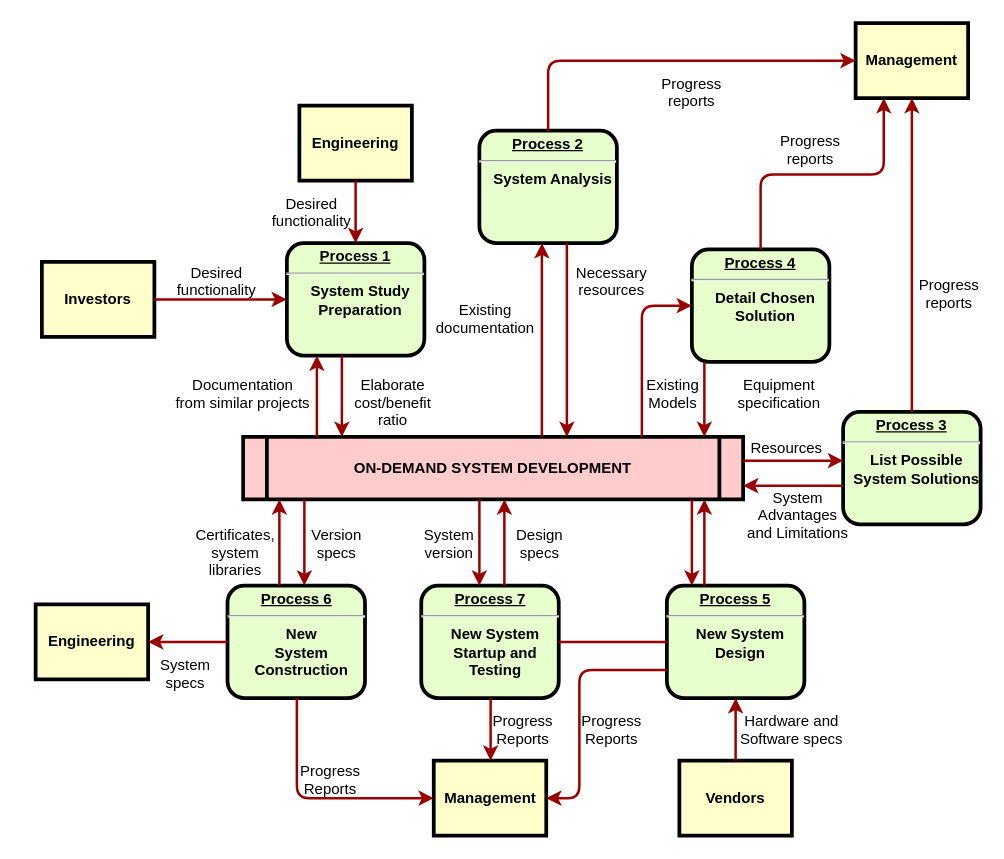
Earlier version of the draw.io diagram Blue Green.drawio (mail2tvskc/abc). Source tidied: cells renumbered, new cells numbered last; positions are measured from the earlier drawing's top-left corner, leaving out a move shared by most shapes. Both pictures are drawn from the tidied source at 125%, with x=0, y=0 at pixel (35, 22).
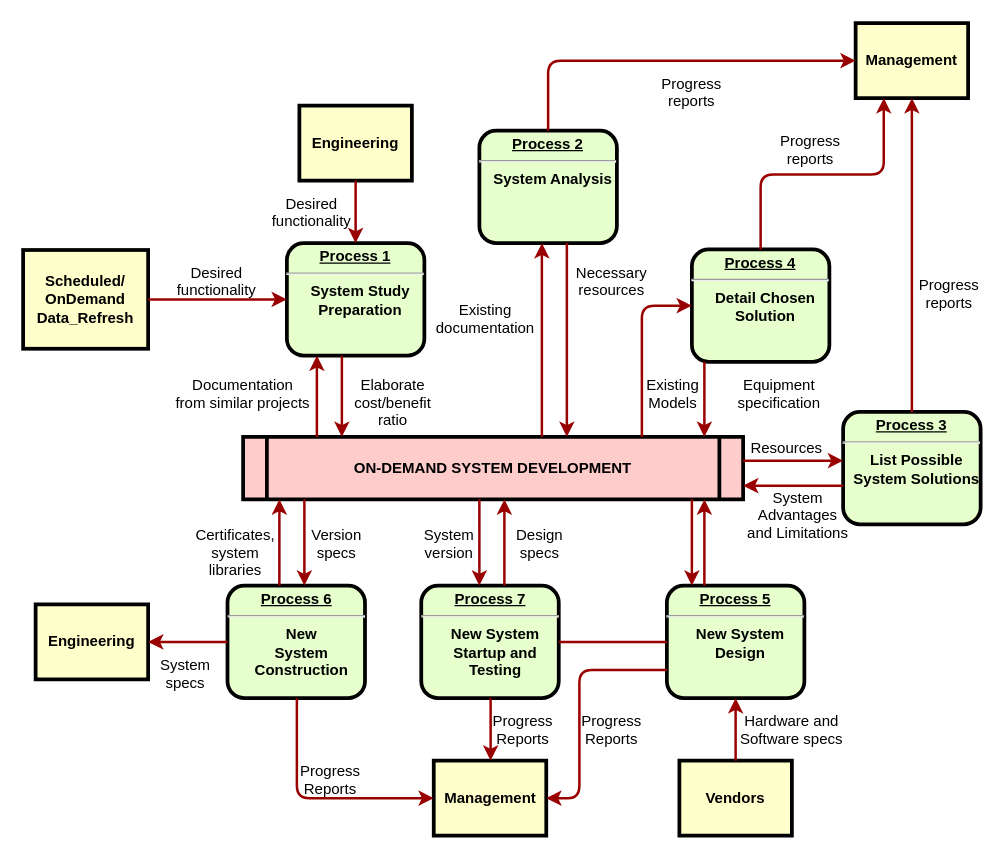
After the change.

The edit, as a diff of the source:
```diff
@@
-    <mxCell id="4" value="Investors" style="whiteSpace=wrap;align=center;verticalAlign=middle;fontStyle=1;strokeWidth=3;fillColor=#FFFFCC;" parent="1" vertex="1">
-      <mxGeometry x="5" y="191" width="90" height="60" as="geometry" />
+    <mxCell id="4" value="Scheduled/ OnDemand Data_Refresh" style="whiteSpace=wrap;align=center;verticalAlign=middle;fontStyle=1;strokeWidth=3;fillColor=#FFFFCC;" parent="1" vertex="1">
+      <mxGeometry x="-10" y="181.5" width="100" height="79" as="geometry" />
     </mxCell>
```
